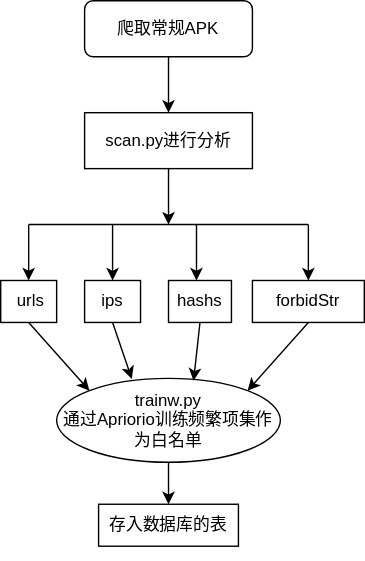
Before: 模型.svg, a diagram exported from draw.io (Ech0zr/liuchengtu). Source tidied: cells renumbered, new cells last; positions are measured from the earlier drawing's top-left corner, leaving out a move shared by most shapes.
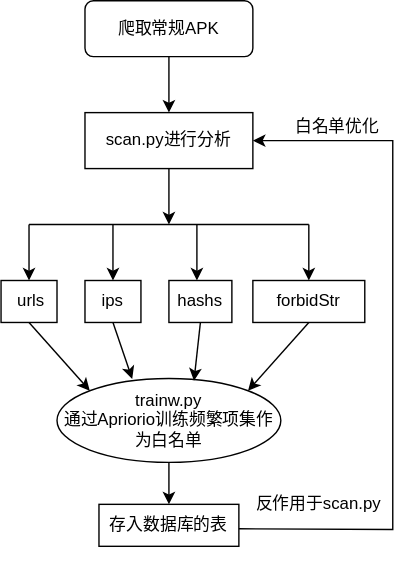
The same diagram one commit later.

What changed in the source:
```diff
@@ -87,5 +87,19 @@
     <mxCell id="22" style="endArrow=classic;html=1;rounded=0;exitX=0.5;exitY=1;exitDx=0;exitDy=0;entryX=1;entryY=0;entryDx=0;entryDy=0;" parent="1" edge="1" source="11" target="16">
       <mxGeometry relative="1" as="geometry" />
     </mxCell>
+    <mxCell id="23" style="endArrow=classic;html=1;rounded=0;exitX=1;exitY=0.25;exitDx=0;exitDy=0;entryX=1;entryY=0.5;entryDx=0;entryDy=0;" parent="1" edge="1" source="13" target="4">
+      <mxGeometry relative="1" as="geometry">
+        <Array as="points">
+          <mxPoint x="280" y="378" />
+          <mxPoint x="280" y="100" />
+        </Array>
+      </mxGeometry>
+    </mxCell>
+    <mxCell id="24" value="&amp;nbsp;反作用于scan.py" style="text;html=1;align=center;verticalAlign=middle;strokeColor=none;fillColor=none;" parent="1" vertex="1">
+      <mxGeometry x="170" y="350" width="110" height="20" as="geometry" />
+    </mxCell>
+    <mxCell id="25" value="白名单优化" style="text;html=1;align=center;verticalAlign=middle;strokeColor=none;fillColor=none;" parent="1" vertex="1">
+      <mxGeometry x="200" y="80" width="80" height="20" as="geometry" />
+    </mxCell>
   </root>
 </mxGraphModel>
```
